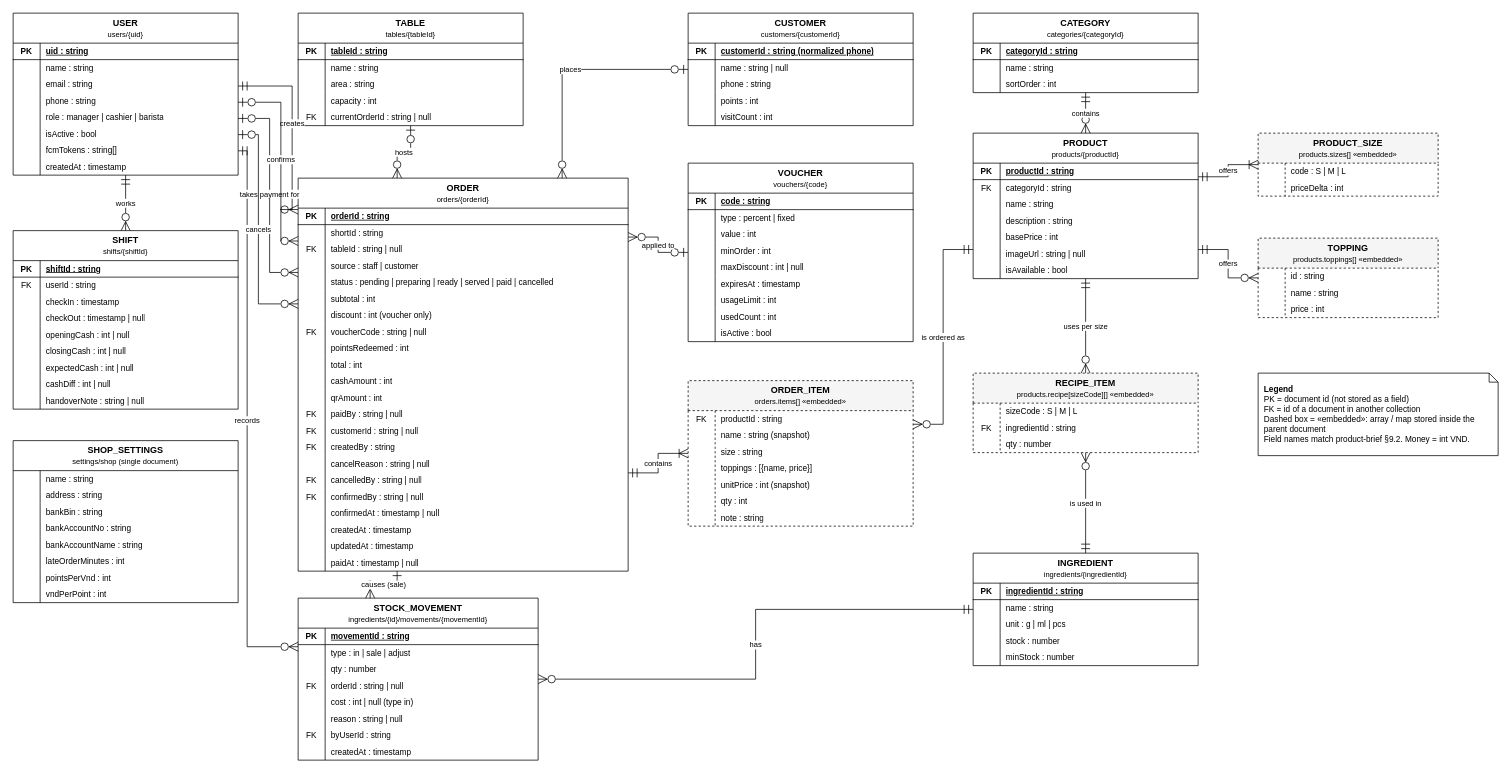
This is docs/diagrams/erd.drawio from huytran303/CafeManagementSystem, a draw.io file, before an edit. Source tidied: cells renumbered, new cells numbered last; positions are measured from the earlier drawing's top-left corner, leaving out a move shared by most shapes. Both pictures are drawn from the tidied source at 75%, with x=0, y=0 at pixel (13, 13).
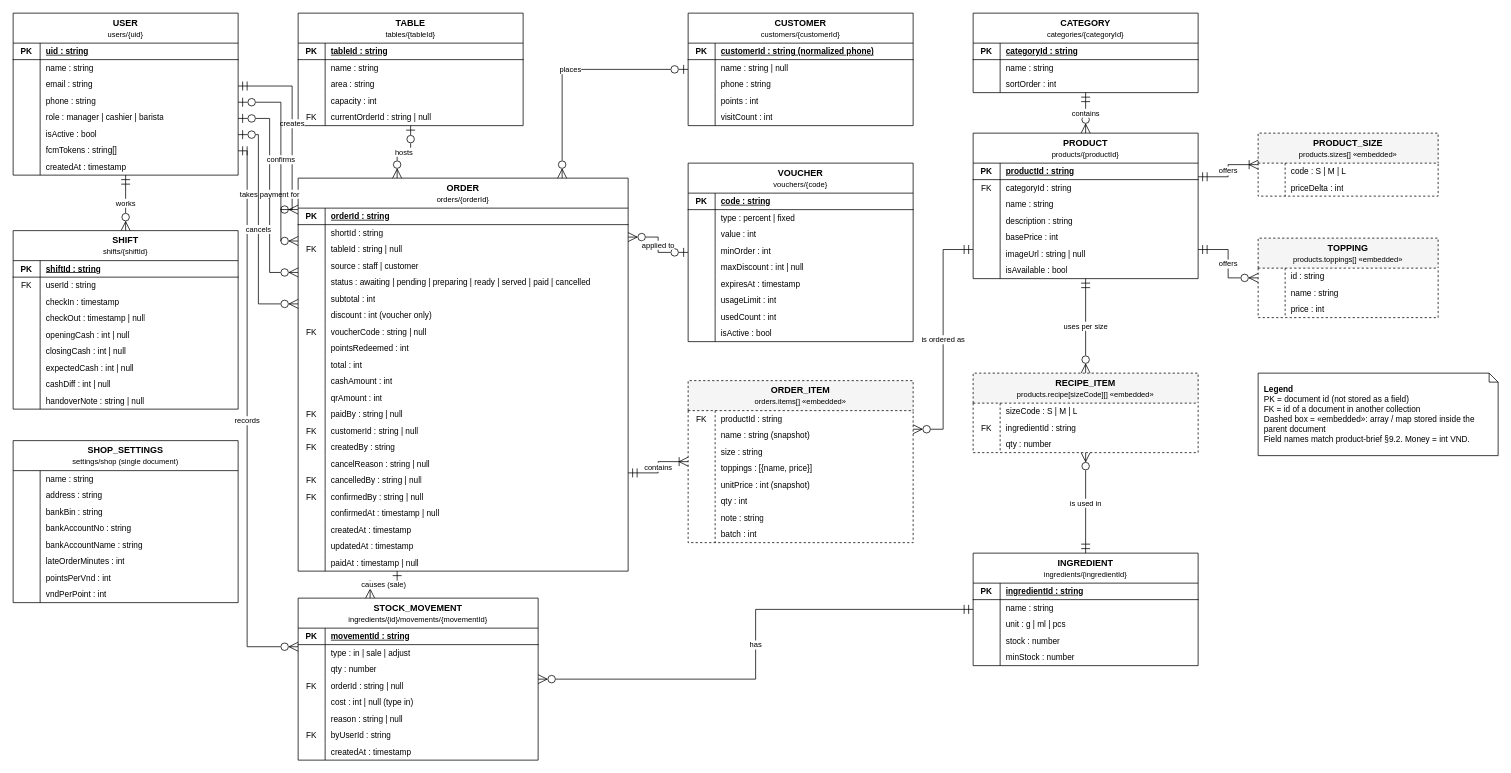
Above is the later version.

Unchanged cells that the change refers to:
```xml
<mxCell id="109" style="shape=tableRow;horizontal=0;startSize=0;swimlaneHead=0;swimlaneBody=0;fillColor=none;top=0;left=0;right=0;bottom=0;html=1;" parent="96" vertex="1">
  <mxGeometry y="128" width="440" height="22" as="geometry" />
</mxCell>
```

Diff of the diagram source:
```diff
@@
-    <mxCell id="111" value="status : pending | preparing | ready | served | paid | cancelled" style="shape=partialRectangle;fillColor=none;top=0;left=0;bottom=0;right=0;align=left;spacingLeft=6;fontStyle=0;overflow=hidden;html=1;fontSize=11;" parent="109" vertex="1">
+    <mxCell id="111" value="status : awaiting | pending | preparing | ready | served | paid | cancelled" style="shape=partialRectangle;fillColor=none;top=0;left=0;bottom=0;right=0;align=left;spacingLeft=6;fontStyle=0;overflow=hidden;html=1;fontSize=11;" parent="109" vertex="1">
       <mxGeometry x="36" width="404" height="22" as="geometry" />
     </mxCell>
@@
     <mxCell id="232" value="&lt;b&gt;ORDER_ITEM&lt;/b&gt;&lt;br&gt;&lt;font style=&quot;font-size:10px&quot;&gt;orders.items[]  «embedded»&lt;/font&gt;" style="shape=table;startSize=40;childLayout=tableLayout;rowLines=0;fontStyle=0;align=center;html=1;whiteSpace=wrap;strokeWidth=1;fontSize=12;dashed=1;fillColor=#f5f5f5;" parent="1" vertex="1">
-      <mxGeometry x="900" y="490" width="300" height="194" as="geometry" />
+      <mxGeometry x="900" y="490" width="300" height="216" as="geometry" />
     </mxCell>
@@
+    <mxCell id="348" style="shape=tableRow;horizontal=0;startSize=0;swimlaneHead=0;swimlaneBody=0;fillColor=none;top=0;left=0;right=0;bottom=0;html=1;" parent="232" vertex="1">
+      <mxGeometry y="194" width="300" height="22" as="geometry" />
+    </mxCell>
+    <mxCell id="349" style="shape=partialRectangle;fillColor=none;top=0;left=0;bottom=0;right=0;fontStyle=0;overflow=hidden;html=1;fontSize=11;" parent="348" vertex="1">
+      <mxGeometry width="36" height="22" as="geometry" />
+    </mxCell>
+    <mxCell id="350" value="batch : int" style="shape=partialRectangle;fillColor=none;top=0;left=0;bottom=0;right=0;align=left;spacingLeft=6;fontStyle=0;overflow=hidden;html=1;fontSize=11;" parent="348" vertex="1">
+      <mxGeometry x="36" width="264" height="22" as="geometry" />
+    </mxCell>
```
